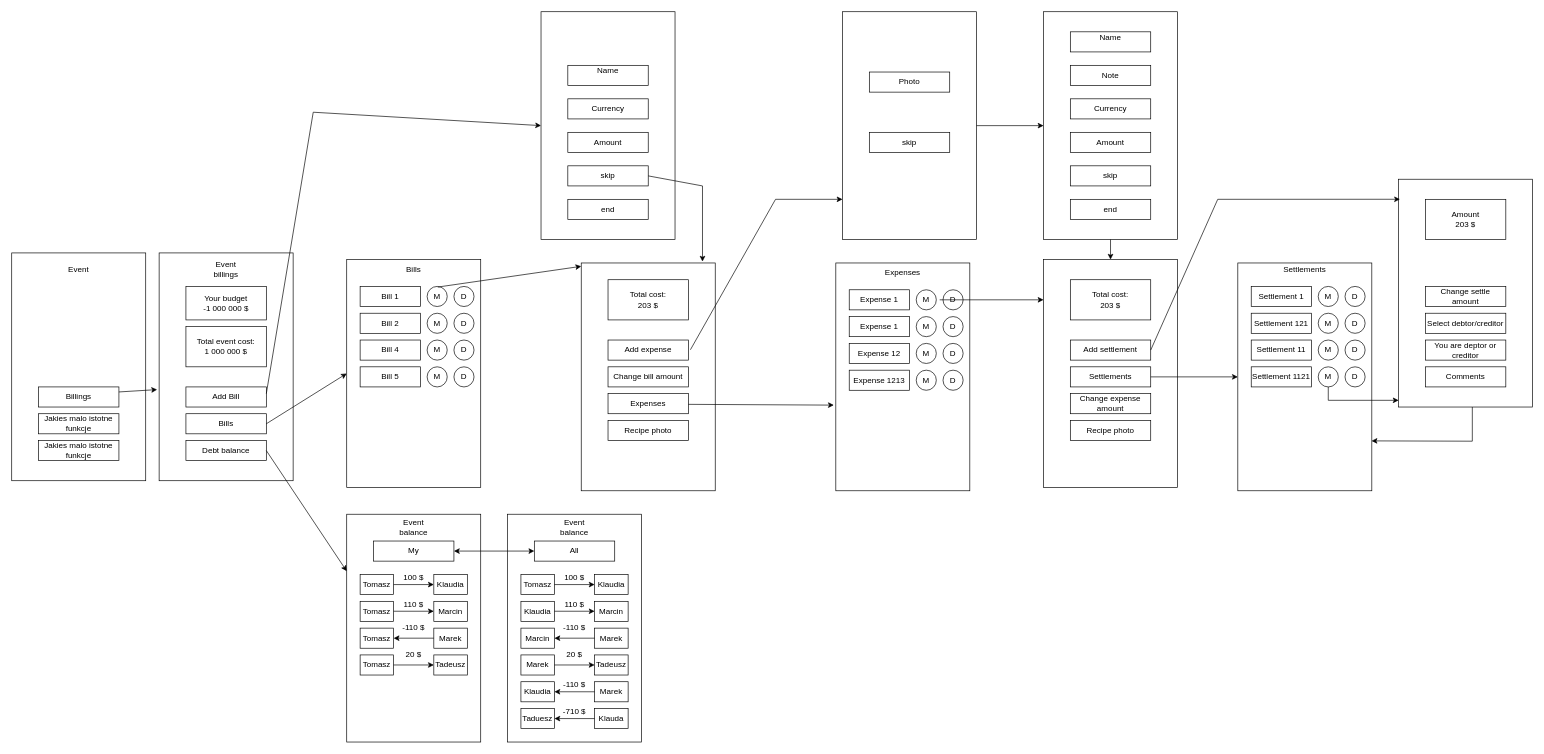
Before: Billings.drawio in Tomasz98Zukowski/TripBudgetApp, a draw.io diagram. Source tidied: cells renumbered, new cells numbered last; positions are measured from the earlier drawing's top-left corner, leaving out a move shared by most shapes. Both pictures are drawn from the tidied source at 67%, with x=0, y=0 at pixel (11, 11).
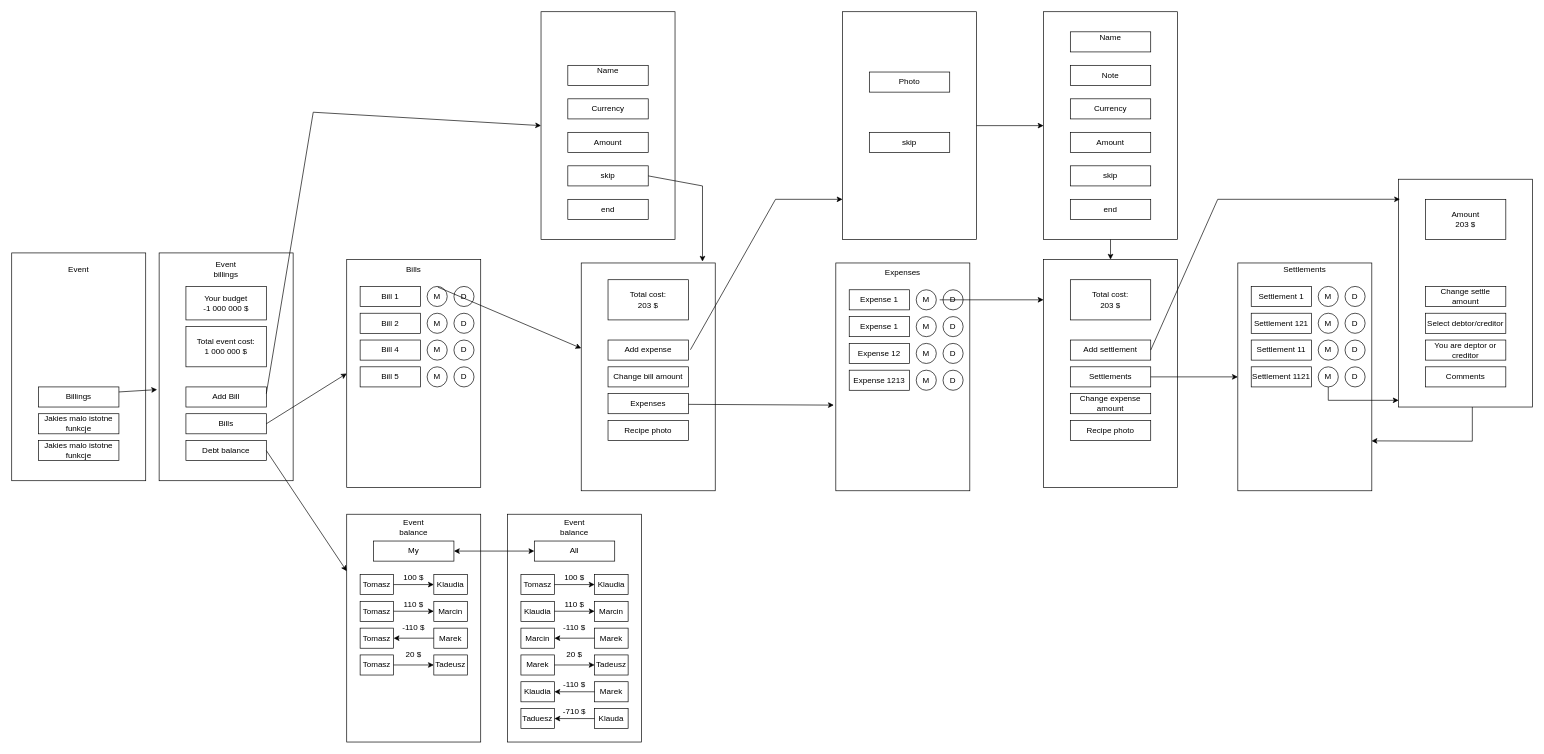
The same diagram, later.

The change refers to these unchanged cells:
```xml
<mxCell id="70" value="M" style="text;html=1;align=center;verticalAlign=middle;whiteSpace=wrap;rounded=0;" parent="1" vertex="1">
  <mxGeometry x="615" y="415" width="40" height="20" as="geometry" />
</mxCell>
<mxCell id="88" style="rounded=0;whiteSpace=wrap;html=1;" parent="1" vertex="1">
  <mxGeometry x="850" y="375" width="200" height="340" as="geometry" />
</mxCell>
```

Diff of the diagram source:
```diff
@@
-    <mxCell id="87" style="endArrow=classic;html=1;rounded=0;exitX=0.521;exitY=-0.202;exitDx=0;exitDy=0;exitPerimeter=0;" parent="1" edge="1" source="70">
-      <mxGeometry relative="1" as="geometry">
-        <mxPoint x="850" y="380" as="targetPoint" />
-      </mxGeometry>
+    <mxCell id="87" style="endArrow=classic;html=1;rounded=0;exitX=0.521;exitY=-0.202;exitDx=0;exitDy=0;exitPerimeter=0;" parent="1" edge="1" source="70" target="88">
+      <mxGeometry relative="1" as="geometry" />
     </mxCell>
```
